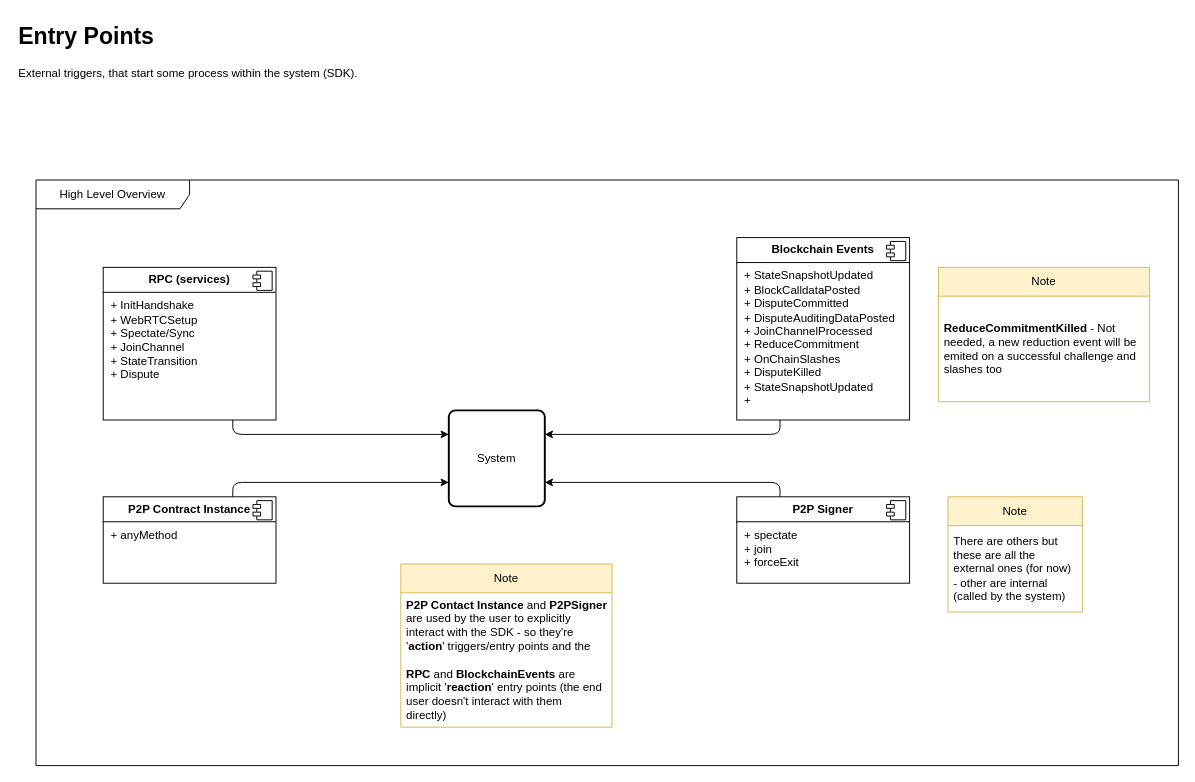
Before: page "Entry Points" (6 of 10) of diagrams/sdk.drawio in peer3to/state-channels-plus, a draw.io diagram. Source tidied: cells renumbered, new cells numbered last; positions are measured from the earlier drawing's top-left corner, leaving out a move shared by most shapes. Both pictures are drawn from the tidied source at 96%, with x=0, y=0 at pixel (16, 16).
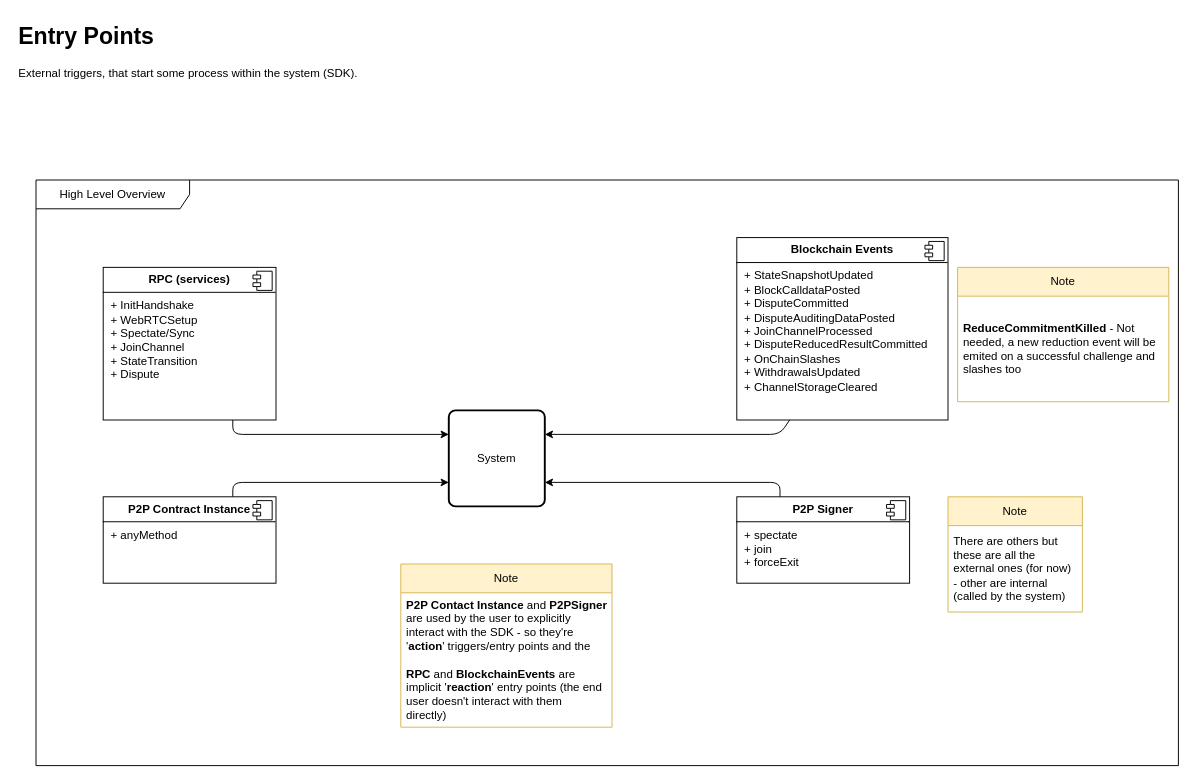
Above is the later version.

Commit message (it also covers changes not shown here):
Diagrams - events start

The change refers to these unchanged cells:
```xml
<mxCell id="2" value="High Level Overview" style="shape=umlFrame;whiteSpace=wrap;html=1;width=160;" parent="1" vertex="1">
  <mxGeometry x="20" y="170" width="1190" height="610" as="geometry" />
</mxCell>
```

The edit, as a diff of the source:
```diff
@@
-    <mxCell id="7" value="&lt;p style=&quot;margin:0px;margin-top:6px;text-align:center;&quot;&gt;&lt;b&gt;Blockchain Events&lt;/b&gt;&lt;/p&gt;&lt;hr size=&quot;1&quot; style=&quot;border-style:solid;&quot;&gt;&lt;p style=&quot;margin:0px;margin-left:8px;&quot;&gt;+ StateSnapshotUpdated&lt;br&gt;+ BlockCalldataPosted&lt;/p&gt;&lt;p style=&quot;margin:0px;margin-left:8px;&quot;&gt;+ DisputeCommitted&lt;/p&gt;&lt;p style=&quot;margin:0px;margin-left:8px;&quot;&gt;+ DisputeAuditingDataPosted&lt;/p&gt;&lt;p style=&quot;margin:0px;margin-left:8px;&quot;&gt;+ JoinChannelProcessed&lt;/p&gt;&lt;p style=&quot;margin:0px;margin-left:8px;&quot;&gt;+ ReduceCommitment&lt;/p&gt;&lt;p style=&quot;margin:0px;margin-left:8px;&quot;&gt;+ OnChainSlashes&lt;/p&gt;&lt;p style=&quot;margin:0px;margin-left:8px;&quot;&gt;+ DisputeKilled&lt;/p&gt;&lt;p style=&quot;margin:0px;margin-left:8px;&quot;&gt;+ StateSnapshotUpdated&lt;br&gt;+&lt;/p&gt;" style="align=left;overflow=fill;html=1;whiteSpace=wrap;" parent="2" vertex="1">
-      <mxGeometry x="730" y="60" width="180" height="190" as="geometry" />
+    <mxCell id="7" value="&lt;p style=&quot;margin:0px;margin-top:6px;text-align:center;&quot;&gt;&lt;b&gt;Blockchain Events&lt;/b&gt;&lt;/p&gt;&lt;hr size=&quot;1&quot; style=&quot;border-style:solid;&quot;&gt;&lt;p style=&quot;margin:0px;margin-left:8px;&quot;&gt;+ StateSnapshotUpdated&lt;br&gt;+ BlockCalldataPosted&lt;/p&gt;&lt;p style=&quot;margin:0px;margin-left:8px;&quot;&gt;+ DisputeCommitted&lt;/p&gt;&lt;p style=&quot;margin:0px;margin-left:8px;&quot;&gt;+ DisputeAuditingDataPosted&lt;/p&gt;&lt;p style=&quot;margin:0px;margin-left:8px;&quot;&gt;+ JoinChannelProcessed&lt;/p&gt;&lt;p style=&quot;margin:0px;margin-left:8px;&quot;&gt;+ DisputeReducedResultCommitted&lt;/p&gt;&lt;p style=&quot;margin:0px;margin-left:8px;&quot;&gt;+ OnChainSlashes&lt;/p&gt;&lt;p style=&quot;margin:0px;margin-left:8px;&quot;&gt;+ WithdrawalsUpdated&lt;/p&gt;&lt;p style=&quot;margin:0px;margin-left:8px;&quot;&gt;+ ChannelStorageCleared&lt;br&gt;&lt;br&gt;&lt;/p&gt;" style="align=left;overflow=fill;html=1;whiteSpace=wrap;" parent="2" vertex="1">
+      <mxGeometry x="730" y="60" width="220" height="190" as="geometry" />
     </mxCell>
@@
     <mxCell id="16" value="Note" style="swimlane;fontStyle=0;horizontal=1;startSize=30;whiteSpace=wrap;html=1;fillColor=#fff2cc;strokeColor=#d6b656;" parent="2" vertex="1">
-      <mxGeometry x="940" y="91" width="220" height="140" as="geometry" />
+      <mxGeometry x="960" y="91" width="220" height="140" as="geometry" />
     </mxCell>
```
